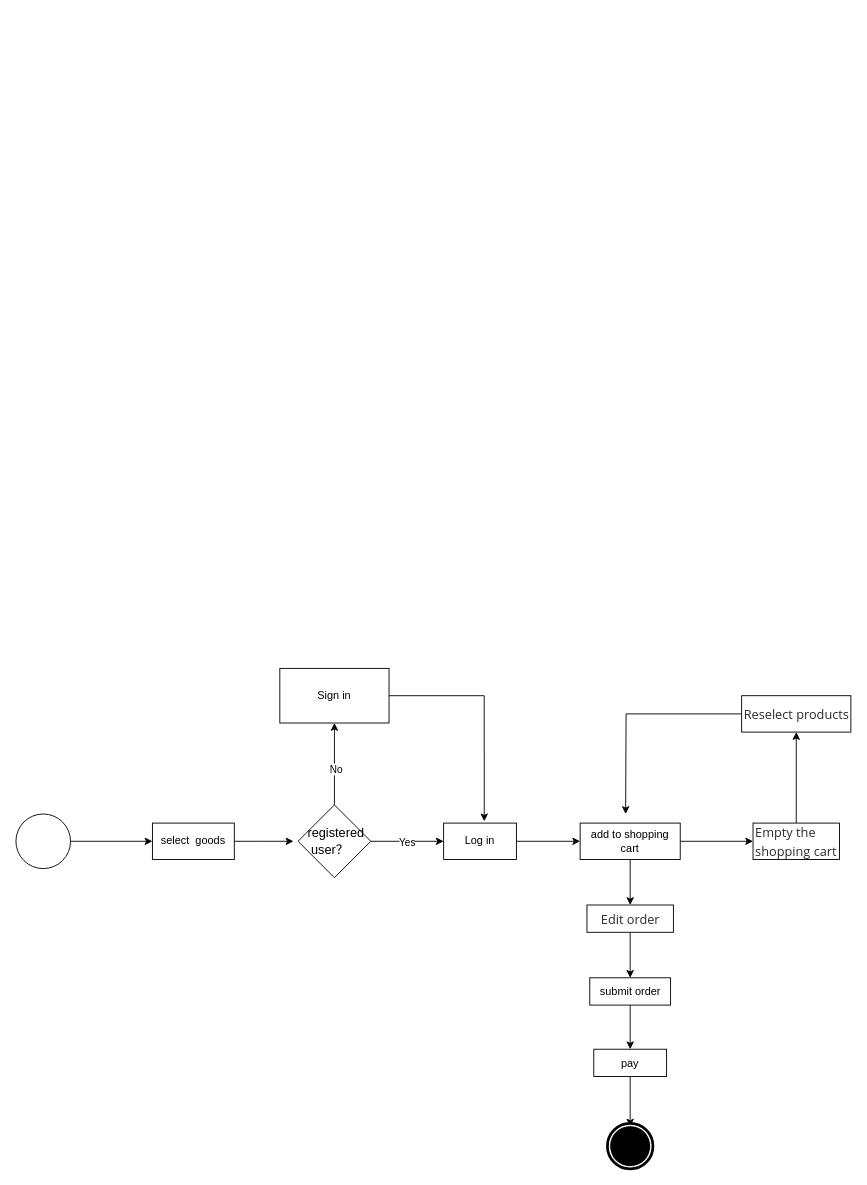
Earlier version of the draw.io diagram 未命名绘图.drawio (Pokezoom/test). Source tidied: cells renumbered, new cells numbered last; positions are measured from the earlier drawing's top-left corner, leaving out a move shared by most shapes. Both pictures are drawn from the tidied source at 91%, with x=0, y=0 at pixel (15, 668).
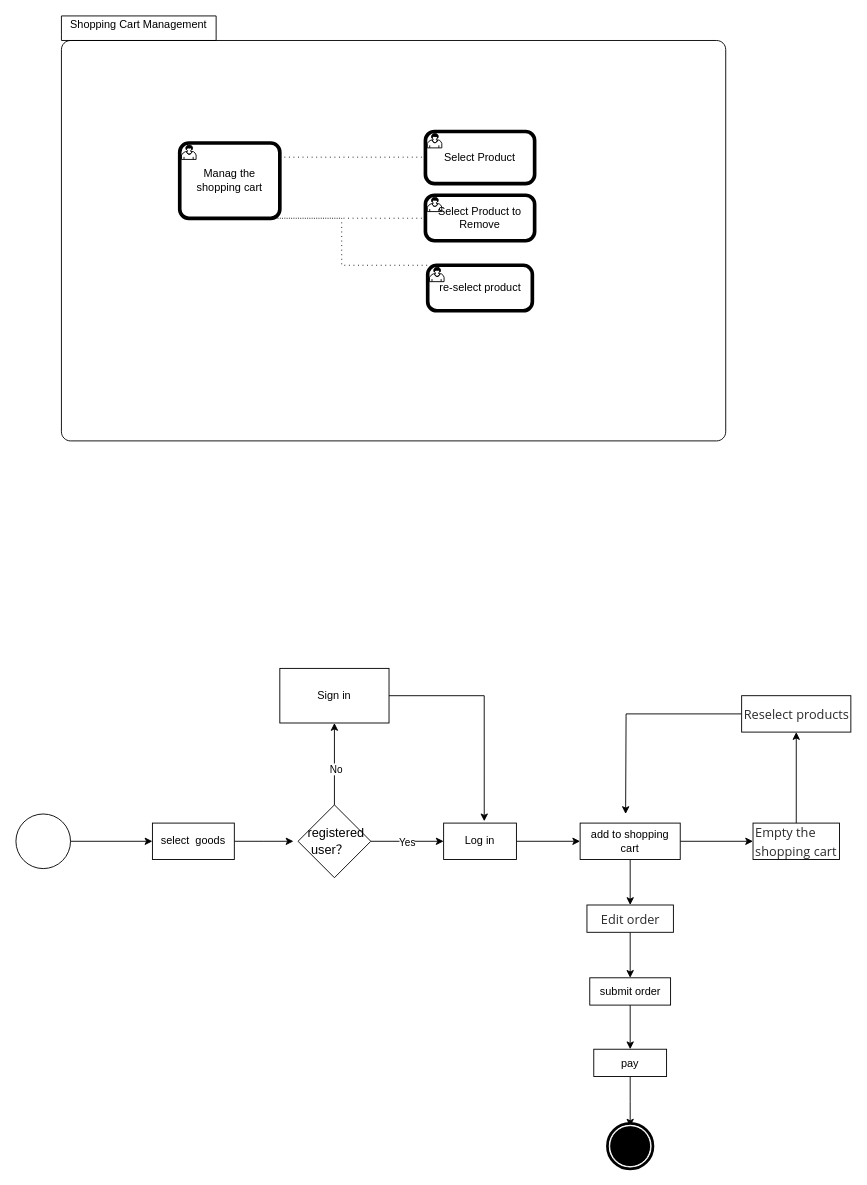
The same diagram, later.

Commit message:
更新未命名绘图.drawio

What changed in the source:
```diff
@@
+    <mxCell id="29" style="shape=mxgraph.bpmn.task;whiteSpace=wrap;rectStyle=rounded;size=10;html=1;taskMarker=abstract;" parent="1" vertex="1">
+      <mxGeometry x="50" y="-690" width="730" height="440" as="geometry" />
+    </mxCell>
+    <mxCell id="30" value="Select Product" style="shape=mxgraph.bpmn.task;whiteSpace=wrap;rectStyle=rounded;size=10;html=1;bpmnShapeType=call;taskMarker=user;" parent="29" vertex="1">
+      <mxGeometry x="400" y="100" width="120" height="57.3" as="geometry" />
+    </mxCell>
+    <mxCell id="31" value="Select Product to Remove" style="shape=mxgraph.bpmn.task;whiteSpace=wrap;rectStyle=rounded;size=10;html=1;bpmnShapeType=call;taskMarker=user;" parent="29" vertex="1">
+      <mxGeometry x="400" y="170" width="120" height="50" as="geometry" />
+    </mxCell>
+    <mxCell id="32" style="edgeStyle=elbowEdgeStyle;fontSize=12;html=1;endFill=0;startFill=0;endSize=6;startSize=6;dashed=1;dashPattern=1 4;endArrow=none;startArrow=none;rounded=0;" parent="29" edge="1">
+      <mxGeometry relative="1" as="geometry">
+        <mxPoint x="240" y="128.2" as="sourcePoint" />
+        <mxPoint x="400" y="128.2" as="targetPoint" />
+      </mxGeometry>
+    </mxCell>
+    <mxCell id="33" value="Manag the shopping cart" style="points=[[0.25,0,0],[0.5,0,0],[0.75,0,0],[1,0.25,0],[1,0.5,0],[1,0.75,0],[0.75,1,0],[0.5,1,0],[0.25,1,0],[0,0.75,0],[0,0.5,0],[0,0.25,0]];shape=mxgraph.bpmn.task;whiteSpace=wrap;rectStyle=rounded;size=10;html=1;bpmnShapeType=call;taskMarker=user;" parent="29" vertex="1">
+      <mxGeometry x="130" y="112.7" width="110" height="82.7" as="geometry" />
+    </mxCell>
+    <mxCell id="34" style="edgeStyle=elbowEdgeStyle;fontSize=12;html=1;endFill=0;startFill=0;endSize=6;startSize=6;dashed=1;dashPattern=1 4;endArrow=none;startArrow=none;rounded=0;" parent="29" edge="1">
+      <mxGeometry relative="1" as="geometry">
+        <mxPoint x="240" y="195.3" as="sourcePoint" />
+        <mxPoint x="400" y="195.3" as="targetPoint" />
+      </mxGeometry>
+    </mxCell>
+    <mxCell id="35" value="re-select product" style="points=[[0.25,0,0],[0.5,0,0],[0.75,0,0],[1,0.25,0],[1,0.5,0],[1,0.75,0],[0.75,1,0],[0.5,1,0],[0.25,1,0],[0,0.75,0],[0,0.5,0],[0,0.25,0]];shape=mxgraph.bpmn.task;whiteSpace=wrap;rectStyle=rounded;size=10;html=1;bpmnShapeType=call;taskMarker=user;" parent="29" vertex="1">
+      <mxGeometry x="402.5" y="247" width="115" height="50" as="geometry" />
+    </mxCell>
+    <mxCell id="36" style="edgeStyle=elbowEdgeStyle;fontSize=12;html=1;endFill=0;startFill=0;endSize=6;startSize=6;dashed=1;dashPattern=1 4;endArrow=none;startArrow=none;rounded=0;exitX=0.75;exitY=1;exitDx=0;exitDy=0;exitPerimeter=0;entryX=0.013;entryY=0;entryDx=0;entryDy=0;entryPerimeter=0;" parent="29" edge="1" source="33" target="35">
+      <mxGeometry relative="1" as="geometry" />
+    </mxCell>
+    <mxCell id="37" value="Shopping Cart Management" style="swimlane;html=1;startSize=20;fontStyle=0;horizontal=1;swimlaneLine=0;fillColor=none;whiteSpace=wrap;" parent="1" vertex="1">
+      <mxGeometry x="50" y="-717" width="170" height="27" as="geometry" />
+    </mxCell>
```
